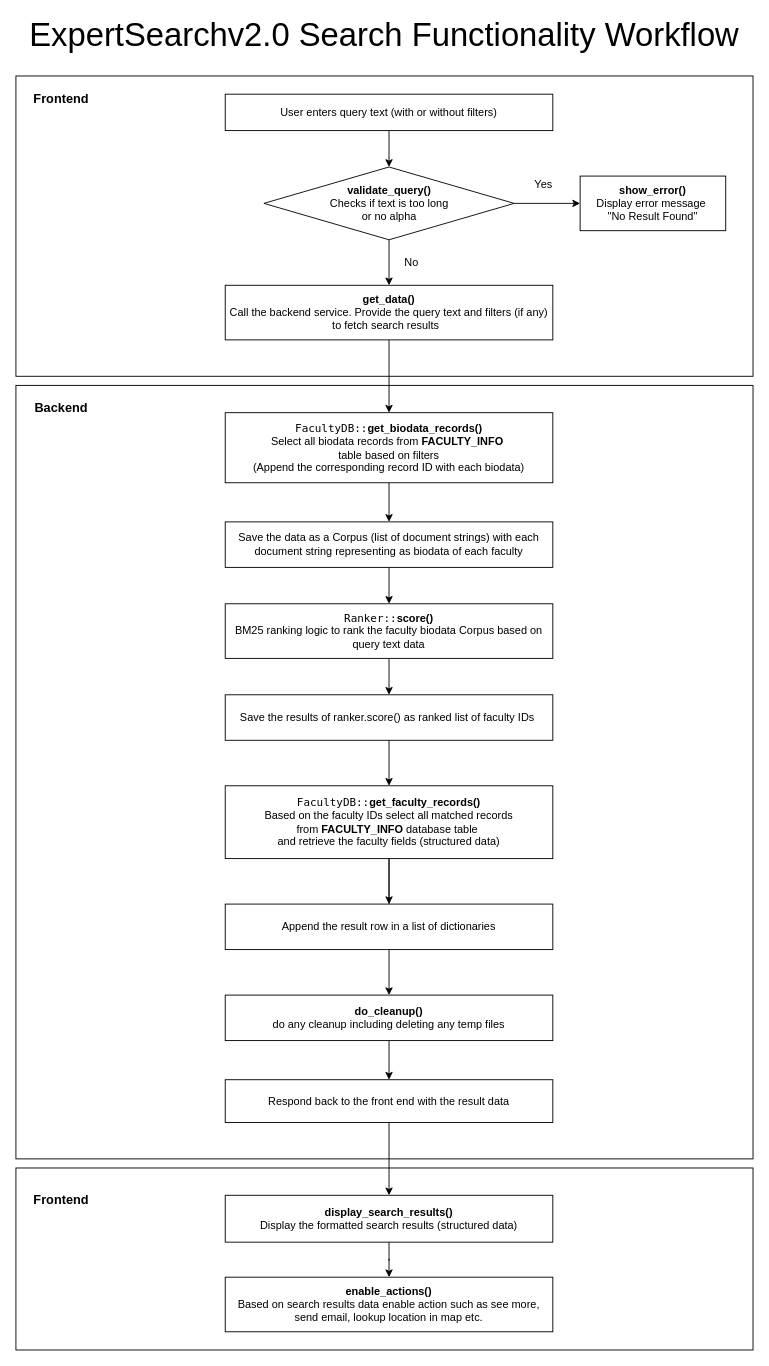
Earlier version of the draw.io diagram docs/workflows/drawio/search.drawio (ujjalsaha/FacultySearchEngine). Source tidied: cells renumbered, new cells numbered last; positions are measured from the earlier drawing's top-left corner, leaving out a move shared by most shapes. Both pictures are drawn from the tidied source at 91%, with x=0, y=0 at pixel (15, 21).
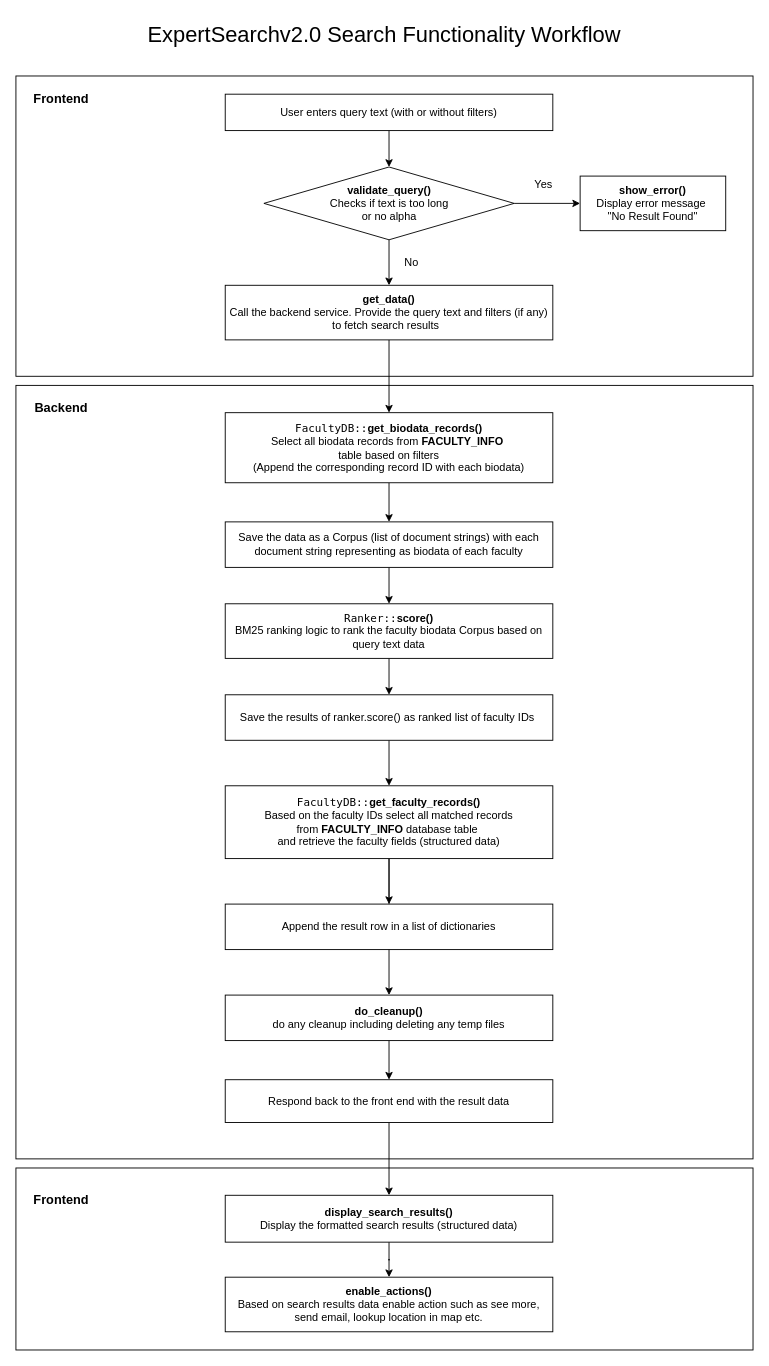
Above is the later version.

What changed in the source:
```diff
@@
-    <mxCell id="37" value="&lt;font style=&quot;font-size: 36px&quot;&gt;ExpertSearchv2.0 Search Functionality Workflow&lt;/font&gt;" style="text;html=1;strokeColor=none;fillColor=none;align=center;verticalAlign=middle;whiteSpace=wrap;rounded=0;" parent="1" vertex="1">
+    <mxCell id="37" value="&lt;font style=&quot;font-size: 24px&quot;&gt;ExpertSearchv2.0 Search Functionality Workflow&lt;/font&gt;" style="text;html=1;strokeColor=none;fillColor=none;align=center;verticalAlign=middle;whiteSpace=wrap;rounded=0;" parent="1" vertex="1">
       <mxGeometry x="10" width="790" height="30" as="geometry" />
     </mxCell>
```
